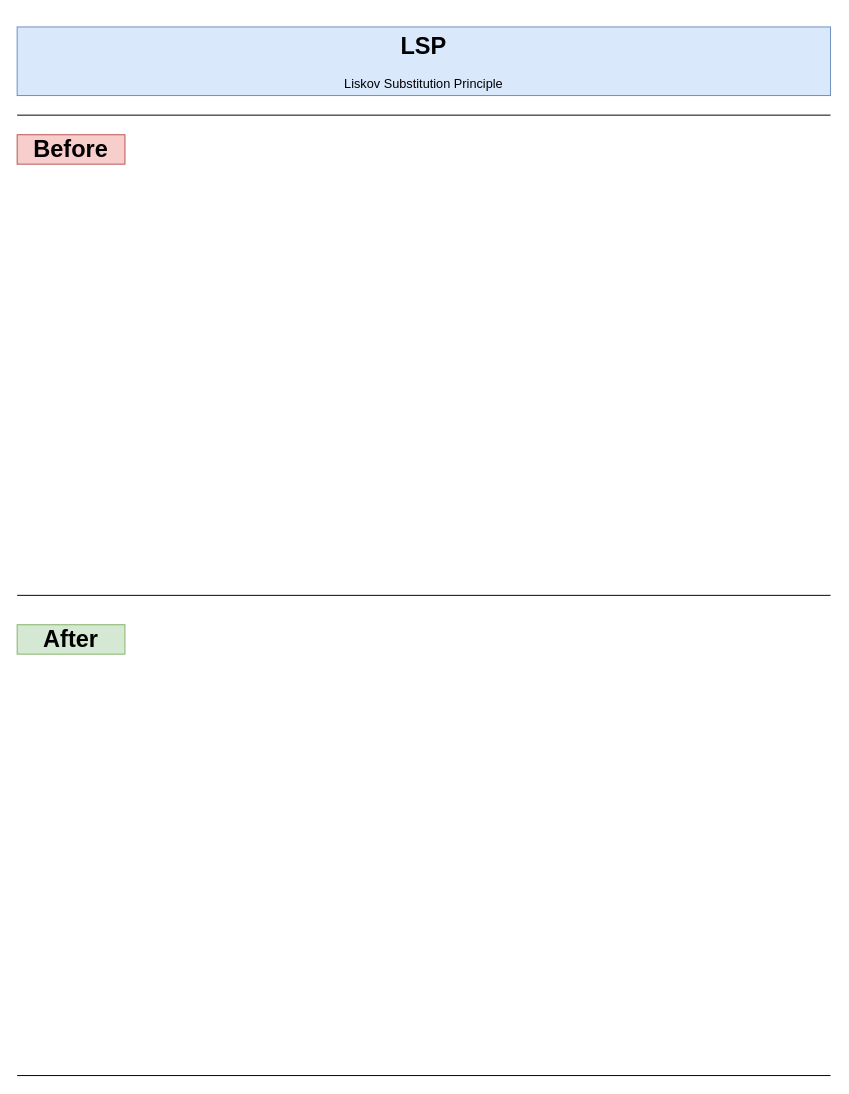
Above: Diagrams/LSP.drawio in svilenp/Principles (draw.io), before the change. Source tidied: cells renumbered, new cells numbered last; positions are measured from the earlier drawing's top-left corner, leaving out a move shared by most shapes. Both pictures are drawn from the tidied source at 98%, with x=0, y=0 at pixel (17, 26).
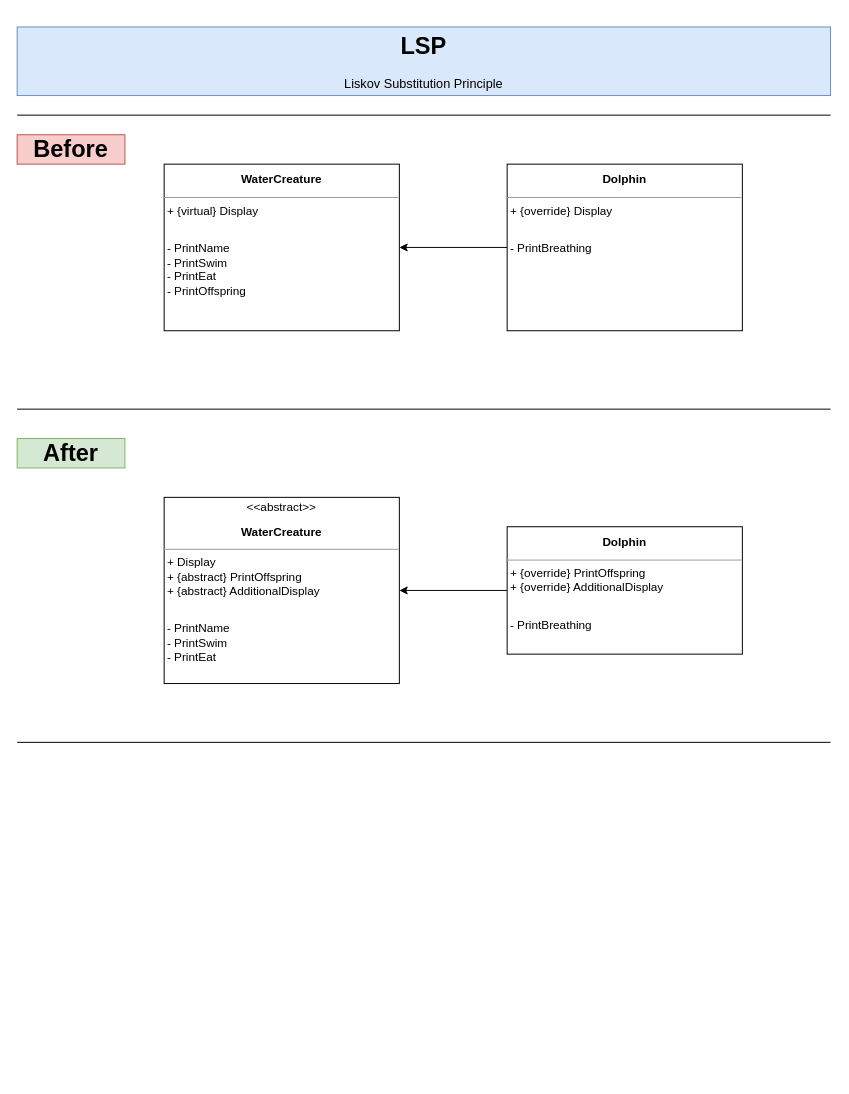
The same page after the edit.

Diff of the diagram source:
```diff
@@
 <mxGraphModel>
   <root>
     <mxCell id="0" />
     <mxCell id="1" parent="0" />
     <mxCell id="2" value="&lt;h1 style=&quot;&quot;&gt;LSP&lt;/h1&gt;&lt;p style=&quot;font-size: 13px;&quot;&gt;Liskov Substitution Principle&lt;/p&gt;" style="text;html=1;strokeColor=#6c8ebf;fillColor=#dae8fc;spacing=5;spacingTop=-20;whiteSpace=wrap;overflow=hidden;rounded=0;align=center;" parent="1" vertex="1">
       <mxGeometry width="830" height="70" as="geometry" />
     </mxCell>
     <mxCell id="3" value="&lt;h1&gt;Before&lt;/h1&gt;" style="text;html=1;strokeColor=#b85450;fillColor=#f8cecc;align=center;verticalAlign=middle;whiteSpace=wrap;rounded=0;" parent="1" vertex="1">
       <mxGeometry y="110" width="110" height="30" as="geometry" />
     </mxCell>
     <mxCell id="4" value="&lt;h1&gt;After&lt;/h1&gt;" style="text;html=1;strokeColor=#82b366;fillColor=#d5e8d4;align=center;verticalAlign=middle;whiteSpace=wrap;rounded=0;" parent="1" vertex="1">
-      <mxGeometry y="610" width="110" height="30" as="geometry" />
+      <mxGeometry y="420" width="110" height="30" as="geometry" />
     </mxCell>
     <mxCell id="5" style="endArrow=none;html=1;rounded=0;" parent="1" edge="1">
       <mxGeometry relative="1" as="geometry">
-        <mxPoint y="580" as="sourcePoint" />
-        <mxPoint x="830" y="580" as="targetPoint" />
+        <mxPoint y="390" as="sourcePoint" />
+        <mxPoint x="830" y="390" as="targetPoint" />
       </mxGeometry>
     </mxCell>
     <mxCell id="6" style="endArrow=none;html=1;rounded=0;" parent="1" edge="1">
       <mxGeometry relative="1" as="geometry">
-        <mxPoint y="1070" as="sourcePoint" />
-        <mxPoint x="830" y="1070" as="targetPoint" />
+        <mxPoint y="730" as="sourcePoint" />
+        <mxPoint x="830" y="730" as="targetPoint" />
       </mxGeometry>
     </mxCell>
     <mxCell id="7" style="endArrow=none;html=1;rounded=0;" parent="1" edge="1">
       <mxGeometry relative="1" as="geometry">
         <mxPoint y="90" as="sourcePoint" />
         <mxPoint x="830" y="90" as="targetPoint" />
       </mxGeometry>
     </mxCell>
     <mxCell id="8" style="edgeStyle=orthogonalEdgeStyle;rounded=0;orthogonalLoop=1;jettySize=auto;html=1;entryX=-0.013;entryY=0.31;entryDx=0;entryDy=0;entryPerimeter=0;" parent="1" edge="1">
       <mxGeometry relative="1" as="geometry">
         <mxPoint x="310" y="250" as="sourcePoint" />
       </mxGeometry>
     </mxCell>
+    <mxCell id="9" value="&lt;p style=&quot;text-align: center; margin: 4px 0px 0px; line-height: 200%;&quot;&gt;&lt;b&gt;WaterCreature&lt;/b&gt;&lt;br&gt;&lt;/p&gt;&lt;hr style=&quot;line-height: 200%;&quot; size=&quot;1&quot;&gt;&lt;p style=&quot;margin: 0px 0px 0px 4px; line-height: 200%;&quot;&gt;&lt;/p&gt;&amp;nbsp;+ {virtual} Display&lt;p style=&quot;margin: 0px 0px 0px 4px; line-height: 200%;&quot;&gt;&lt;span style=&quot;background-color: initial;&quot;&gt;&lt;br&gt;&lt;/span&gt;&lt;/p&gt;&amp;nbsp;- PrintName&lt;br&gt;&amp;nbsp;- PrintSwim&lt;br&gt;&lt;div&gt;&amp;nbsp;- PrintEat&lt;br&gt;&lt;/div&gt;&lt;div&gt;&amp;nbsp;- PrintOffspring&lt;br&gt;&lt;/div&gt;" style="verticalAlign=top;align=left;overflow=fill;fontSize=12;fontFamily=Helvetica;html=1;whiteSpace=wrap;" parent="1" vertex="1">
+      <mxGeometry x="150" y="140" width="240" height="170" as="geometry" />
+    </mxCell>
+    <mxCell id="10" style="edgeStyle=orthogonalEdgeStyle;rounded=0;jettySize=auto;html=1;" parent="1" edge="1" source="11" target="9">
+      <mxGeometry relative="1" as="geometry" />
+    </mxCell>
+    <mxCell id="11" value="&lt;p style=&quot;text-align: center; margin: 4px 0px 0px; line-height: 200%;&quot;&gt;&lt;b&gt;Dolphin&lt;/b&gt;&lt;br&gt;&lt;/p&gt;&lt;hr style=&quot;line-height: 200%;&quot; size=&quot;1&quot;&gt;&lt;p style=&quot;margin: 0px 0px 0px 4px; line-height: 200%;&quot;&gt;&lt;/p&gt;&amp;nbsp;+ {override} Display&lt;p style=&quot;margin: 0px 0px 0px 4px; line-height: 200%;&quot;&gt;&lt;span style=&quot;background-color: initial;&quot;&gt;&lt;br&gt;&lt;/span&gt;&lt;/p&gt;&amp;nbsp;- PrintBreathing" style="verticalAlign=top;align=left;overflow=fill;fontSize=12;fontFamily=Helvetica;html=1;whiteSpace=wrap;" parent="1" vertex="1">
+      <mxGeometry x="500" y="140" width="240" height="170" as="geometry" />
+    </mxCell>
+    <mxCell id="12" value="&lt;div style=&quot;text-align: center; line-height: 180%;&quot;&gt;&lt;span style=&quot;background-color: initial;&quot;&gt;&amp;lt;&amp;lt;abstract&amp;gt;&amp;gt;&lt;/span&gt;&lt;/div&gt;&lt;p style=&quot;text-align: center; margin: 4px 0px 0px; line-height: 180%;&quot;&gt;&lt;b&gt;WaterCreature&lt;/b&gt;&lt;br&gt;&lt;/p&gt;&lt;hr style=&quot;line-height: 200%;&quot; size=&quot;1&quot;&gt;&lt;p style=&quot;margin: 0px 0px 0px 4px; line-height: 200%;&quot;&gt;&lt;/p&gt;&amp;nbsp;+ Display&lt;br&gt;&amp;nbsp;+ {abstract} PrintOffspring&lt;br&gt;&amp;nbsp;+ {abstract} AdditionalDisplay&lt;br&gt;&lt;p style=&quot;margin: 0px 0px 0px 4px; line-height: 200%;&quot;&gt;&lt;span style=&quot;background-color: initial;&quot;&gt;&lt;br&gt;&lt;/span&gt;&lt;/p&gt;&amp;nbsp;- PrintName&lt;br&gt;&amp;nbsp;- PrintSwim&lt;br&gt;&lt;div&gt;&amp;nbsp;- PrintEat&lt;br&gt;&lt;/div&gt;&lt;div&gt;&amp;nbsp;&lt;br&gt;&lt;/div&gt;" style="verticalAlign=top;align=left;overflow=fill;fontSize=12;fontFamily=Helvetica;html=1;whiteSpace=wrap;" parent="1" vertex="1">
+      <mxGeometry x="150" y="480" width="240" height="190" as="geometry" />
+    </mxCell>
+    <mxCell id="13" style="edgeStyle=orthogonalEdgeStyle;rounded=0;jettySize=auto;html=1;" parent="1" edge="1" source="14" target="12">
+      <mxGeometry relative="1" as="geometry" />
+    </mxCell>
+    <mxCell id="14" value="&lt;p style=&quot;text-align: center; margin: 4px 0px 0px; line-height: 200%;&quot;&gt;&lt;b&gt;Dolphin&lt;/b&gt;&lt;br&gt;&lt;/p&gt;&lt;hr style=&quot;line-height: 200%;&quot; size=&quot;1&quot;&gt;&lt;p style=&quot;margin: 0px 0px 0px 4px; line-height: 200%;&quot;&gt;&lt;/p&gt;&amp;nbsp;+ {override} PrintOffspring&lt;br style=&quot;border-color: var(--border-color);&quot;&gt;&amp;nbsp;+ {override} AdditionalDisplay&lt;p style=&quot;margin: 0px 0px 0px 4px; line-height: 200%;&quot;&gt;&lt;span style=&quot;background-color: initial;&quot;&gt;&lt;br&gt;&lt;/span&gt;&lt;/p&gt;&amp;nbsp;- PrintBreathing" style="verticalAlign=top;align=left;overflow=fill;fontSize=12;fontFamily=Helvetica;html=1;whiteSpace=wrap;" parent="1" vertex="1">
+      <mxGeometry x="500" y="510" width="240" height="130" as="geometry" />
+    </mxCell>
   </root>
 </mxGraphModel>
```
